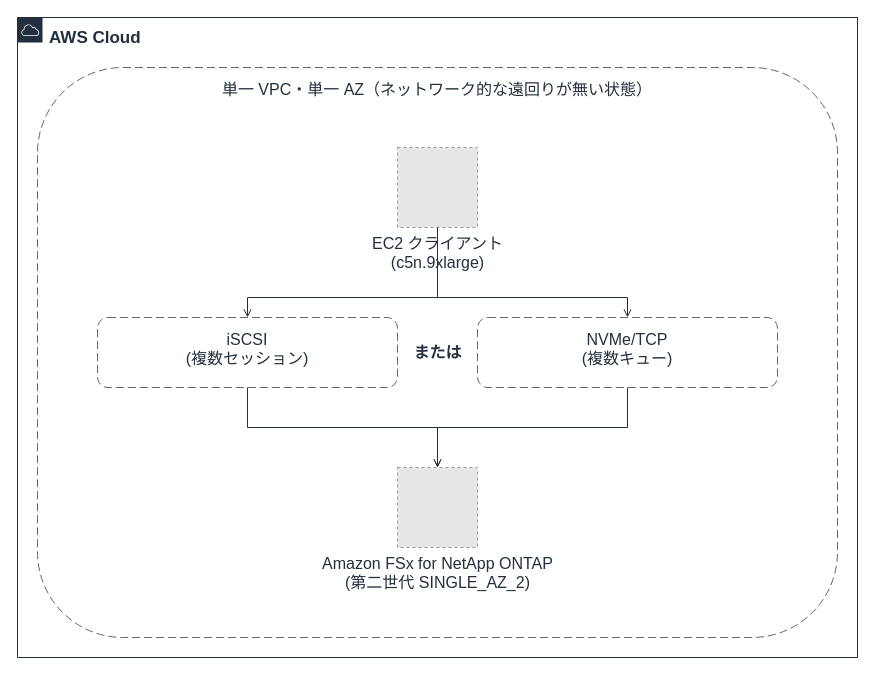
Before: docs/_assets/diagrams/s3burst-block-a-sessions.drawio in Yoshiki0705/S3-Burst-on-ONTAP-Files, a draw.io diagram. Source tidied: cells renumbered, new cells numbered last; positions are measured from the earlier drawing's top-left corner, leaving out a move shared by most shapes. Both pictures are drawn from the tidied source at 100%, with x=0, y=0 at pixel (17, 17). Pictures stored in the file or linked from it are replaced by grey dashed boxes.
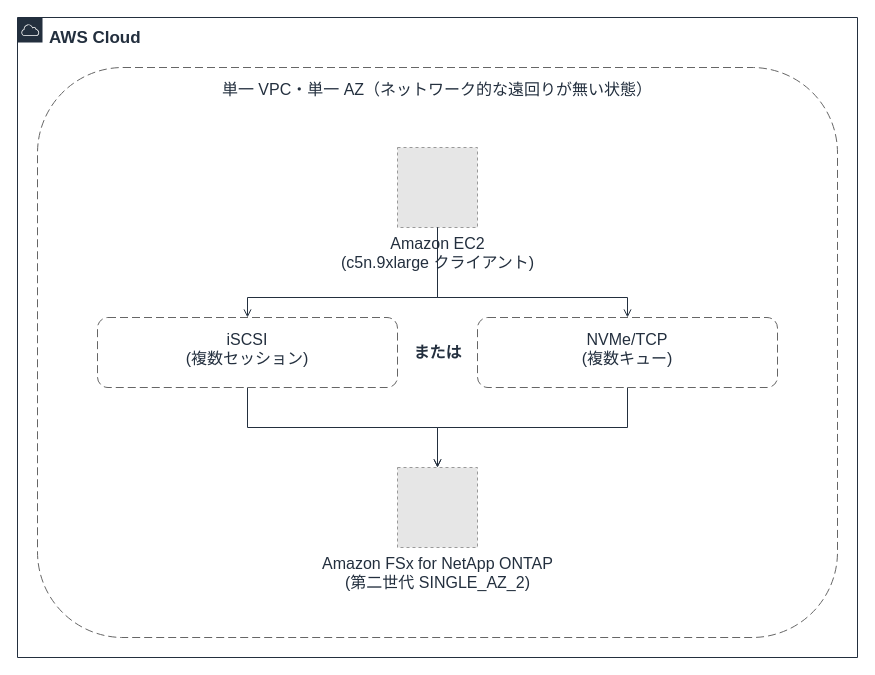
After the change.

The edit, as a diff of the source:
```diff
@@
 <mxGraphModel>
   <root>
     <mxCell id="0" />
     <mxCell id="1" parent="0" />
     <mxCell id="2" value="AWS Cloud" style="gradientColor=none;html=1;whiteSpace=wrap;fontSize=17;fontStyle=1;fontColor=#232F3E;shape=mxgraph.aws4.group;grIcon=mxgraph.aws4.group_aws_cloud;strokeColor=#232F3E;fillColor=none;verticalAlign=top;align=left;spacingLeft=30;spacingTop=4;dashed=0;" parent="1" vertex="1">
       <mxGeometry width="840" height="640" as="geometry" />
     </mxCell>
     <mxCell id="3" value="単一 VPC・単一 AZ（ネットワーク的な遠回りが無い状態）" style="rounded=1;whiteSpace=wrap;html=1;dashed=1;dashPattern=8 4;strokeColor=#666666;fillColor=none;fontColor=#232F3E;fontSize=16;verticalAlign=top;align=center;spacingTop=6;" parent="1" vertex="1">
       <mxGeometry x="20" y="50" width="800" height="570" as="geometry" />
     </mxCell>
     <mxCell id="4" value="iSCSI&#10;(複数セッション)" style="rounded=1;whiteSpace=wrap;html=1;dashed=1;dashPattern=8 4;strokeColor=#666666;fillColor=none;fontColor=#232F3E;fontSize=16;verticalAlign=top;align=center;spacingTop=6;" parent="1" vertex="1">
       <mxGeometry x="80" y="300" width="300" height="70" as="geometry" />
     </mxCell>
     <mxCell id="5" value="NVMe/TCP&#10;(複数キュー)" style="rounded=1;whiteSpace=wrap;html=1;dashed=1;dashPattern=8 4;strokeColor=#666666;fillColor=none;fontColor=#232F3E;fontSize=16;verticalAlign=top;align=center;spacingTop=6;" parent="1" vertex="1">
       <mxGeometry x="460" y="300" width="300" height="70" as="geometry" />
     </mxCell>
     <mxCell id="6" value="または" style="text;html=1;strokeColor=none;fillColor=none;align=center;verticalAlign=middle;fontSize=16;fontStyle=1;fontColor=#232F3E;" parent="1" vertex="1">
       <mxGeometry x="390" y="325" width="60" height="20" as="geometry" />
     </mxCell>
-    <mxCell id="7" value="EC2 クライアント&#10;(c5n.9xlarge)" style="fillColor=#E6E6E6;strokeColor=#999999;dashed=1;html=1;verticalLabelPosition=bottom;verticalAlign=top;labelPosition=center;align=center;fontSize=16;fontColor=#232F3E;" parent="1" vertex="1">
+    <mxCell id="7" value="Amazon EC2&#10;(c5n.9xlarge クライアント)" style="fillColor=#E6E6E6;strokeColor=#999999;dashed=1;html=1;verticalLabelPosition=bottom;verticalAlign=top;labelPosition=center;align=center;fontSize=16;fontColor=#232F3E;" parent="1" vertex="1">
       <mxGeometry x="380" y="130" width="80" height="80" as="geometry" />
     </mxCell>
     <mxCell id="8" value="Amazon FSx for NetApp ONTAP&#10;(第二世代 SINGLE_AZ_2)" style="fillColor=#E6E6E6;strokeColor=#999999;dashed=1;html=1;verticalLabelPosition=bottom;verticalAlign=top;labelPosition=center;align=center;fontSize=16;fontColor=#232F3E;" parent="1" vertex="1">
       <mxGeometry x="380" y="450" width="80" height="80" as="geometry" />
     </mxCell>
     <mxCell id="9" style="edgeStyle=orthogonalEdgeStyle;rounded=0;html=1;endArrow=open;endFill=0;strokeColor=#232F3E;strokeWidth=1;fontSize=16;fontColor=#232F3E;exitX=0.5;exitY=1.0;exitDx=0;exitDy=0;entryX=0.5;entryY=0.0;entryDx=0;entryDy=0;" parent="1" edge="1" source="7" target="4">
       <mxGeometry relative="1" as="geometry">
         <Array as="points">
           <mxPoint x="420" y="280" />
           <mxPoint x="230" y="280" />
         </Array>
       </mxGeometry>
     </mxCell>
     <mxCell id="10" style="edgeStyle=orthogonalEdgeStyle;rounded=0;html=1;endArrow=open;endFill=0;strokeColor=#232F3E;strokeWidth=1;fontSize=16;fontColor=#232F3E;exitX=0.5;exitY=1.0;exitDx=0;exitDy=0;entryX=0.5;entryY=0.0;entryDx=0;entryDy=0;" parent="1" edge="1" source="7" target="5">
       <mxGeometry relative="1" as="geometry">
         <Array as="points">
           <mxPoint x="420" y="280" />
           <mxPoint x="610" y="280" />
         </Array>
       </mxGeometry>
     </mxCell>
     <mxCell id="11" style="edgeStyle=orthogonalEdgeStyle;rounded=0;html=1;endArrow=open;endFill=0;strokeColor=#232F3E;strokeWidth=1;fontSize=16;fontColor=#232F3E;exitX=0.5;exitY=1.0;exitDx=0;exitDy=0;entryX=0.5;entryY=0.0;entryDx=0;entryDy=0;" parent="1" edge="1" source="4" target="8">
       <mxGeometry relative="1" as="geometry">
         <Array as="points">
           <mxPoint x="230" y="410" />
           <mxPoint x="420" y="410" />
         </Array>
       </mxGeometry>
     </mxCell>
     <mxCell id="12" style="edgeStyle=orthogonalEdgeStyle;rounded=0;html=1;endArrow=open;endFill=0;strokeColor=#232F3E;strokeWidth=1;fontSize=16;fontColor=#232F3E;exitX=0.5;exitY=1.0;exitDx=0;exitDy=0;entryX=0.5;entryY=0.0;entryDx=0;entryDy=0;" parent="1" edge="1" source="5" target="8">
       <mxGeometry relative="1" as="geometry">
         <Array as="points">
           <mxPoint x="610" y="410" />
           <mxPoint x="420" y="410" />
         </Array>
       </mxGeometry>
     </mxCell>
   </root>
 </mxGraphModel>
```
